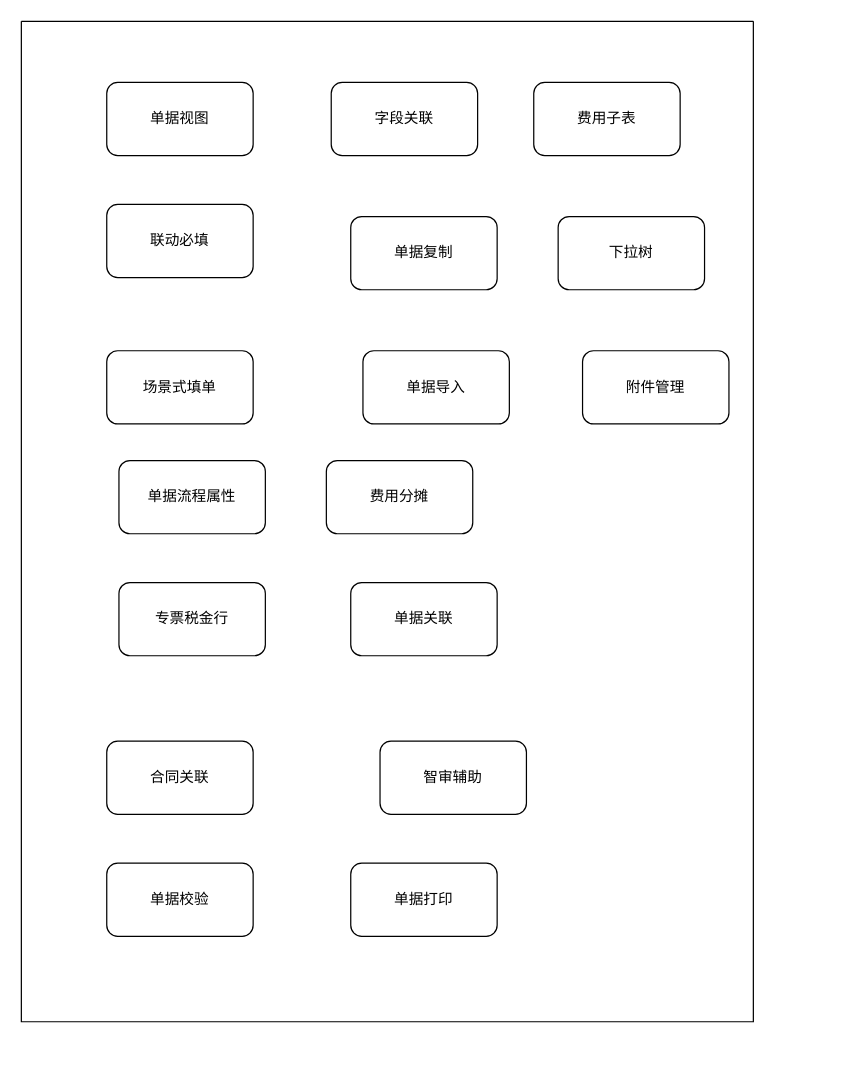
This is 单据功能模块.drawio from lionli/weekgit, a draw.io file, before an edit. Source tidied: cells renumbered, new cells numbered last; positions are measured from the earlier drawing's top-left corner, leaving out a move shared by most shapes. Both pictures are drawn from the tidied source at 122%, with x=0, y=0 at pixel (21, 21).
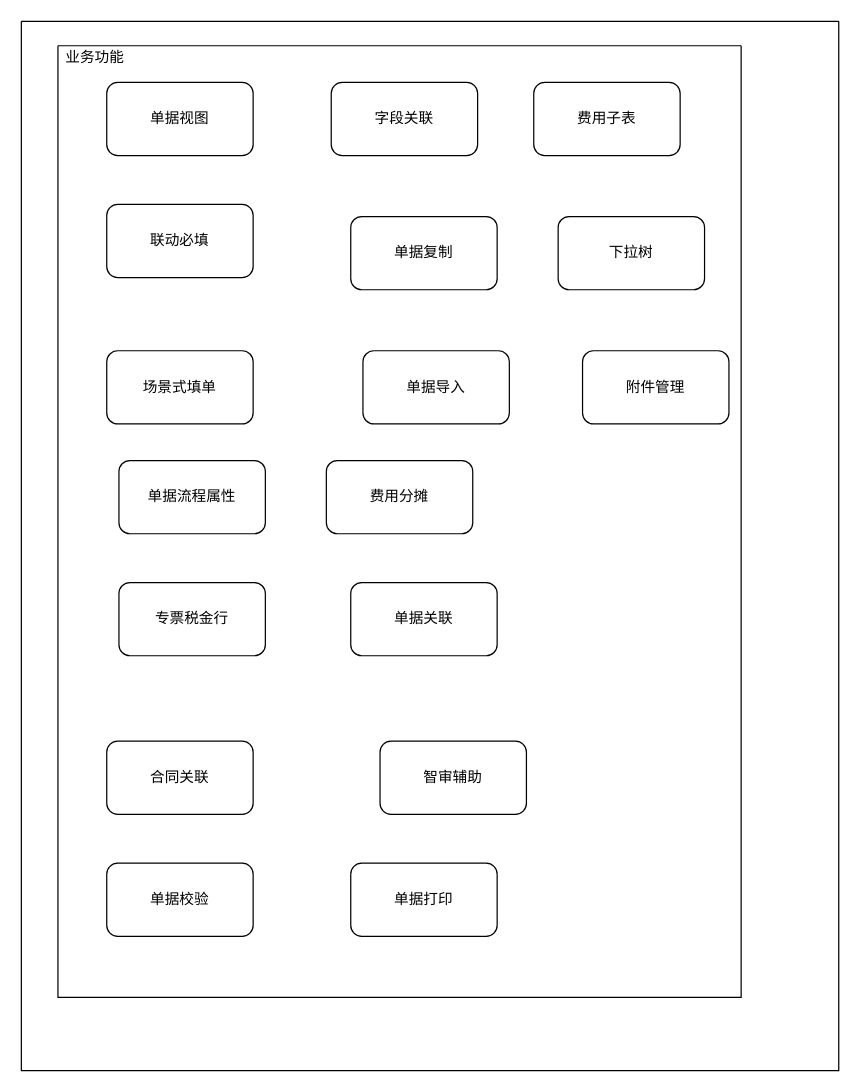
Above is the later version.

Commit message (it also covers changes not shown here):
更新单据功能模块.drawio

Change to the diagram source:
```diff
@@
     <mxCell id="2" style="swimlane;startSize=0;" parent="1" vertex="1">
-      <mxGeometry width="600" height="820" as="geometry" />
+      <mxGeometry width="670" height="860" as="geometry" />
     </mxCell>
@@
+    <mxCell id="20" style="swimlane;startSize=0;" parent="2" vertex="1">
+      <mxGeometry x="30" y="20" width="560" height="780" as="geometry" />
+    </mxCell>
+    <mxCell id="21" value="业务功能" style="text;html=1;align=center;verticalAlign=middle;strokeColor=none;fillColor=none;" parent="1" vertex="1">
+      <mxGeometry x="25" y="15" width="70" height="30" as="geometry" />
+    </mxCell>
```
